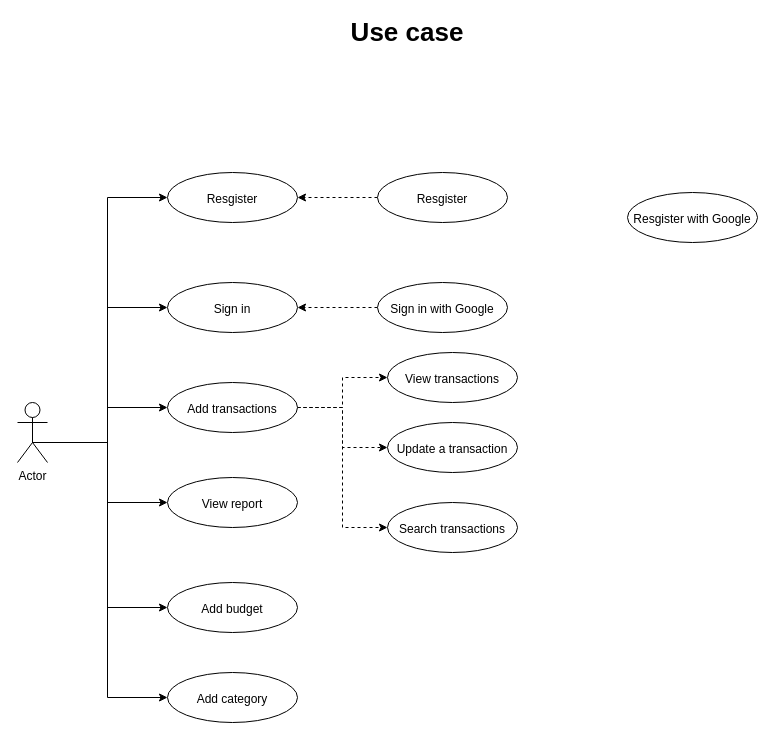
This is page "Use case" (1 of 2) of diagrams/money-lover-server.drawio from nvdai2401/money-lover-server, a draw.io file, before an edit. Source tidied: cells renumbered, new cells numbered last; positions are measured from the earlier drawing's top-left corner, leaving out a move shared by most shapes. Both pictures are drawn from the tidied source at 100%, with x=0, y=0 at pixel (17, 22).
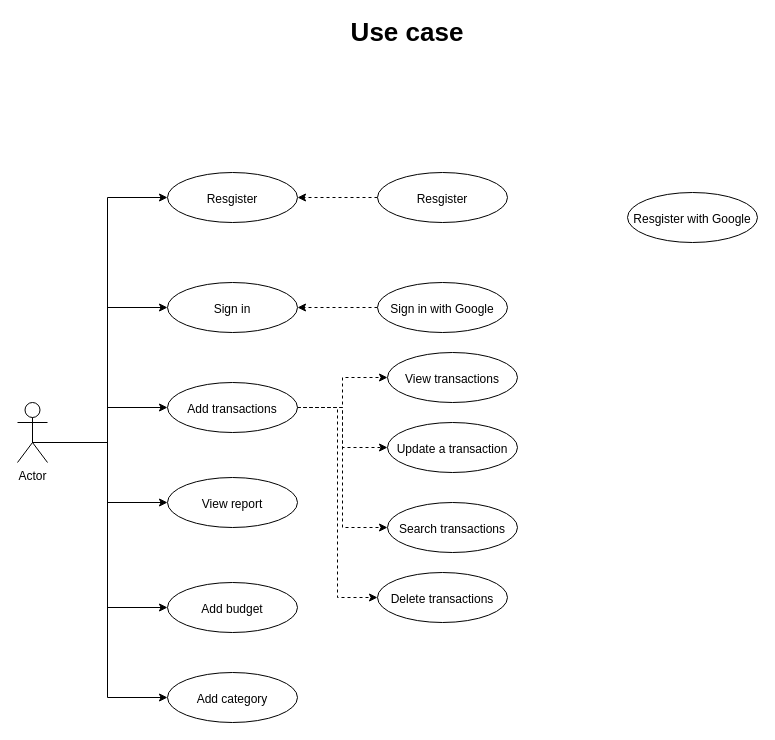
After the change.

Commit message:
add database diagram

Unchanged cells that the change refers to:
```xml
<mxCell id="13" value="&lt;font style=&quot;font-size: 12px&quot;&gt;Add transactions&lt;/font&gt;" style="ellipse;whiteSpace=wrap;html=1;fontSize=26;verticalAlign=top;" parent="1" vertex="1">
  <mxGeometry x="150" y="360" width="130" height="50" as="geometry" />
</mxCell>
```

The edit, as a diff of the source:
```diff
@@
+    <mxCell id="27" style="edgeStyle=orthogonalEdgeStyle;rounded=0;jettySize=auto;html=1;exitX=1;exitY=0.5;exitDx=0;exitDy=0;entryX=0;entryY=0.5;entryDx=0;entryDy=0;dashed=1;fontSize=26;" parent="1" edge="1" source="13" target="28">
+      <mxGeometry relative="1" as="geometry">
+        <Array as="points">
+          <mxPoint x="320" y="385" />
+          <mxPoint x="320" y="575" />
+        </Array>
+      </mxGeometry>
+    </mxCell>
@@
+    <mxCell id="28" value="&lt;font style=&quot;font-size: 12px&quot;&gt;Delete transactions&lt;/font&gt;" style="ellipse;whiteSpace=wrap;html=1;fontSize=26;verticalAlign=top;" parent="1" vertex="1">
+      <mxGeometry x="360" y="550" width="130" height="50" as="geometry" />
+    </mxCell>
```
